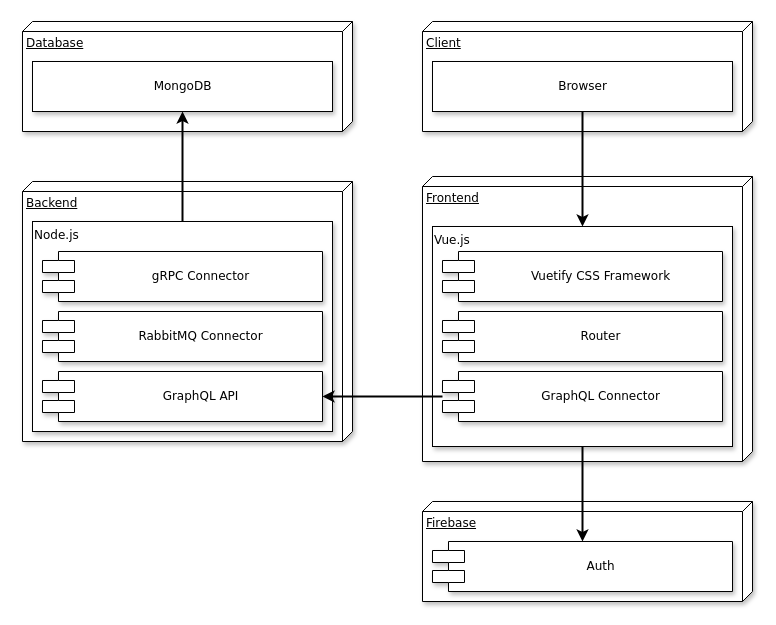
Before: docs/benedikt_struzek/img/Softwarearchitektur.drawio in SGSE-2020/Spezifikation, a draw.io diagram. Source tidied: cells renumbered, new cells numbered last; positions are measured from the earlier drawing's top-left corner, leaving out a move shared by most shapes. Both pictures are drawn from the tidied source at 100%, with x=0, y=0 at pixel (22, 21).
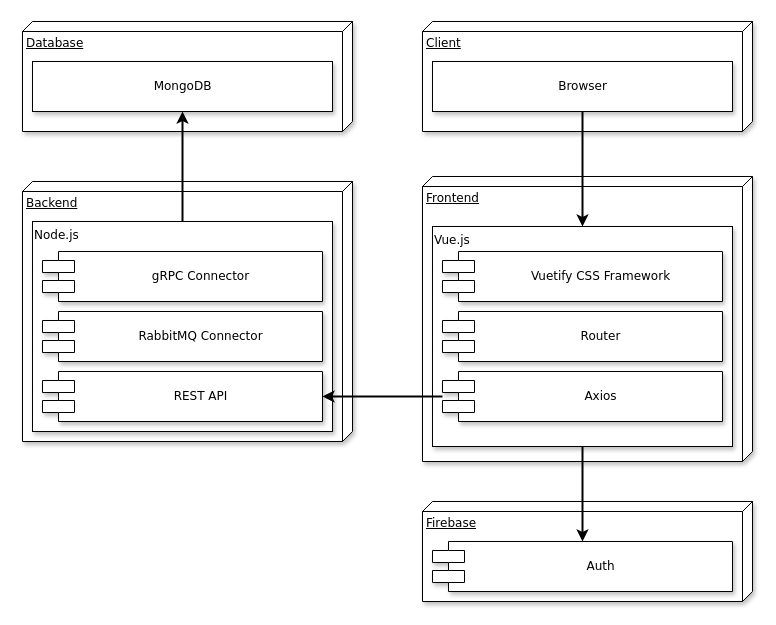
After the change.

What changed in the source:
```diff
@@
-    <mxCell id="16" value="GraphQL API" style="shape=component;align=center;spacingLeft=36;rounded=0;shadow=1;comic=0;labelBackgroundColor=none;strokeWidth=1;fontFamily=Verdana;fontSize=12;html=1;verticalAlign=middle;" parent="1" vertex="1">
+    <mxCell id="16" value="REST API" style="shape=component;align=center;spacingLeft=36;rounded=0;shadow=1;comic=0;labelBackgroundColor=none;strokeWidth=1;fontFamily=Verdana;fontSize=12;html=1;verticalAlign=middle;" parent="1" vertex="1">
       <mxGeometry x="20" y="350" width="280" height="50" as="geometry" />
     </mxCell>
@@
-    <mxCell id="21" value="GraphQL Connector" style="shape=component;align=center;spacingLeft=36;rounded=0;shadow=1;comic=0;labelBackgroundColor=none;strokeWidth=1;fontFamily=Verdana;fontSize=12;html=1;verticalAlign=middle;" parent="1" vertex="1">
+    <mxCell id="21" value="Axios" style="shape=component;align=center;spacingLeft=36;rounded=0;shadow=1;comic=0;labelBackgroundColor=none;strokeWidth=1;fontFamily=Verdana;fontSize=12;html=1;verticalAlign=middle;" parent="1" vertex="1">
       <mxGeometry x="420" y="350" width="280" height="50" as="geometry" />
     </mxCell>
```
